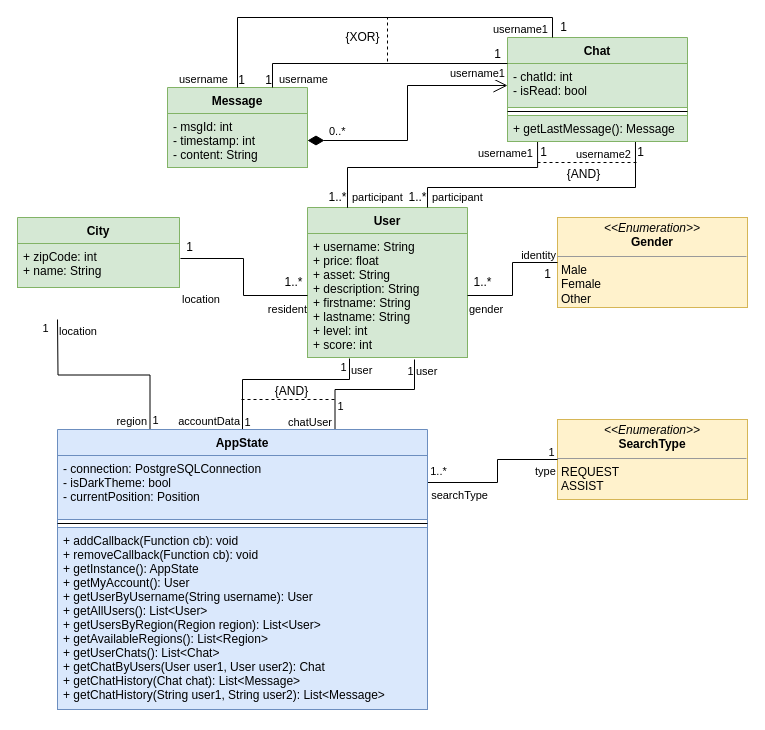
This is doc/uml.drawio from matwoess/helpout, a draw.io file, before an edit. Source tidied: cells renumbered, new cells numbered last; positions are measured from the earlier drawing's top-left corner, leaving out a move shared by most shapes. Both pictures are drawn from the tidied source at 100%, with x=0, y=0 at pixel (17, 17).
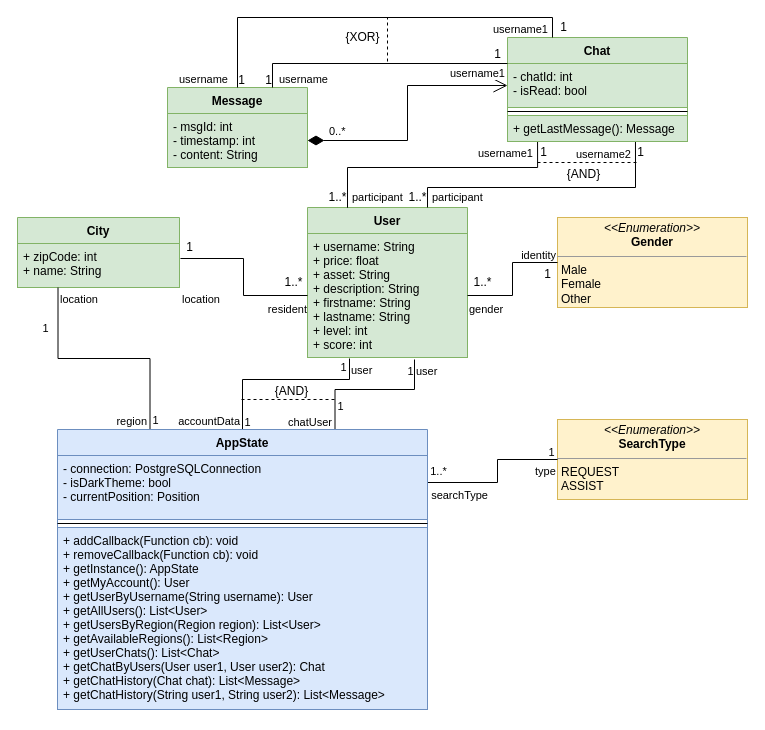
Above is the later version.

The change refers to these unchanged cells:
```xml
<mxCell id="6" value="City" style="swimlane;fontStyle=1;align=center;verticalAlign=top;horizontal=1;startSize=26;fillColor=#d5e8d4;strokeColor=#82b366;" parent="1" vertex="1">
  <mxGeometry y="200" width="162" height="70" as="geometry" />
</mxCell>
<mxCell id="76" value="AppState" style="swimlane;fontStyle=1;align=center;verticalAlign=top;horizontal=1;startSize=26;fillColor=#dae8fc;strokeColor=#6c8ebf;" parent="1" vertex="1">
  <mxGeometry x="40" y="412" width="370" height="280" as="geometry" />
</mxCell>
```

Diff of the diagram source:
```diff
@@
-    <mxCell id="25" style="endArrow=none;html=1;edgeStyle=orthogonalEdgeStyle;fontColor=#000000;entryX=0.25;entryY=0;entryDx=0;entryDy=0;exitX=0.247;exitY=1;exitDx=0;exitDy=0;exitPerimeter=0;rounded=0;" parent="1" edge="1" target="76">
-      <mxGeometry relative="1" as="geometry">
-        <mxPoint x="40" y="302" as="sourcePoint" />
-      </mxGeometry>
+    <mxCell id="25" style="endArrow=none;html=1;edgeStyle=orthogonalEdgeStyle;fontColor=#000000;entryX=0.25;entryY=0;entryDx=0;entryDy=0;exitX=0.25;exitY=1;exitDx=0;exitDy=0;rounded=0;" parent="1" edge="1" source="6" target="76">
+      <mxGeometry relative="1" as="geometry" />
     </mxCell>
```
